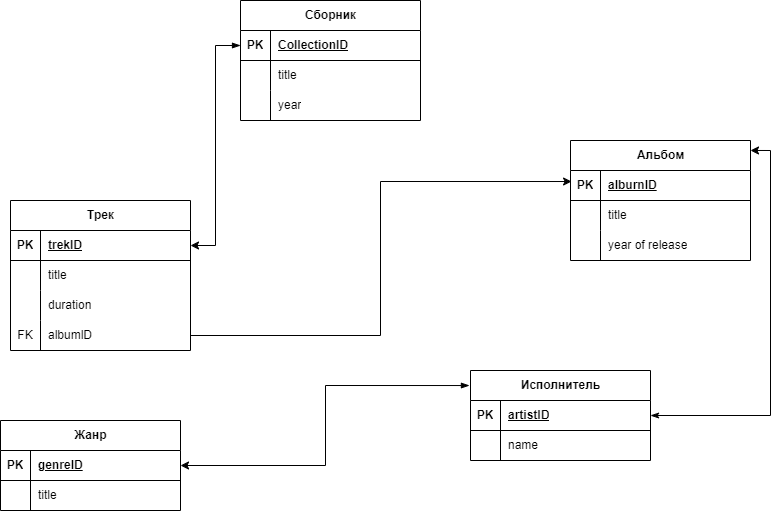
This is БД.png from NikitaFPY-78/NetBD, a draw.io export, as it was before one commit. Source tidied: cells renumbered, new cells last; positions are measured from the earlier drawing's top-left corner, leaving out a move shared by most shapes.
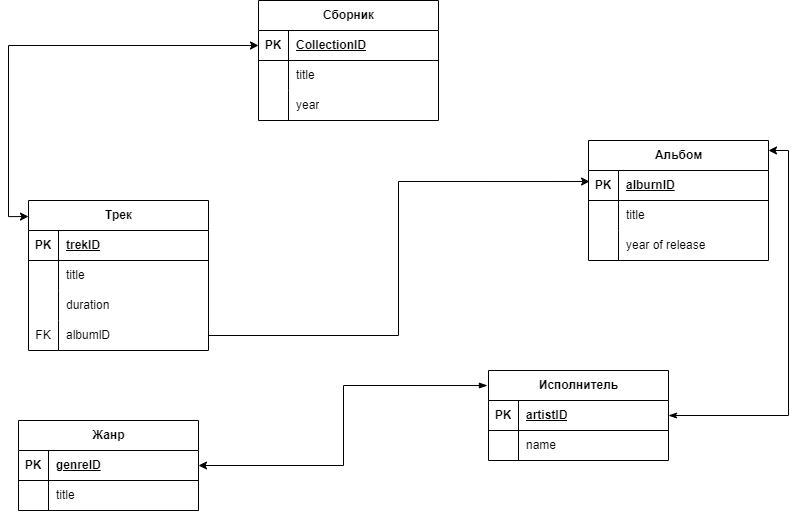
Above is the later version.

Change to the diagram source:
```diff
@@ -149,11 +149,11 @@
     <mxCell id="50" value="year" style="shape=partialRectangle;fillColor=none;top=0;left=0;bottom=0;right=0;align=left;spacingLeft=6;overflow=hidden;whiteSpace=wrap;html=1;" parent="48" vertex="1">
       <mxGeometry x="30" width="150" height="30" as="geometry" />
     </mxCell>
-    <mxCell id="51" style="edgeStyle=orthogonalEdgeStyle;rounded=0;jettySize=auto;html=1;exitX=0;exitY=0.5;exitDx=0;exitDy=0;entryX=1;entryY=0.5;entryDx=0;entryDy=0;startArrow=blockThin;startFill=1;" parent="1" edge="1" source="42" target="3">
-      <mxGeometry relative="1" as="geometry" />
-    </mxCell>
     <mxCell id="52" style="edgeStyle=orthogonalEdgeStyle;rounded=0;jettySize=auto;html=1;exitX=1;exitY=0.5;exitDx=0;exitDy=0;entryX=1;entryY=0.083;entryDx=0;entryDy=0;entryPerimeter=0;startArrow=classicThin;startFill=1;" parent="1" edge="1" source="33" target="15">
       <mxGeometry relative="1" as="geometry" />
     </mxCell>
+    <mxCell id="53" style="edgeStyle=orthogonalEdgeStyle;rounded=0;jettySize=auto;html=1;exitX=0;exitY=0.5;exitDx=0;exitDy=0;entryX=0;entryY=0.107;entryDx=0;entryDy=0;entryPerimeter=0;startArrow=classic;startFill=1;" parent="1" edge="1" source="42" target="2">
+      <mxGeometry relative="1" as="geometry" />
+    </mxCell>
   </root>
 </mxGraphModel>
```
